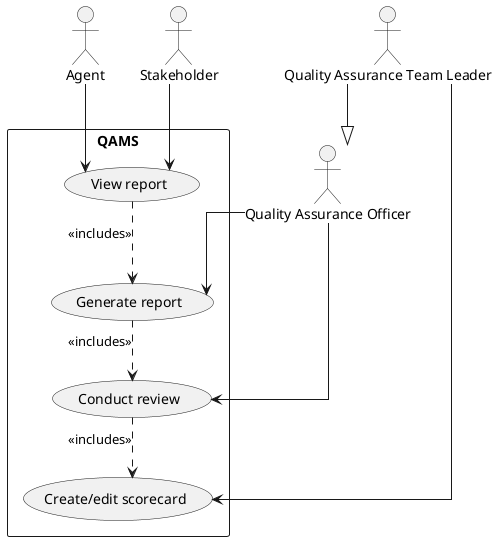
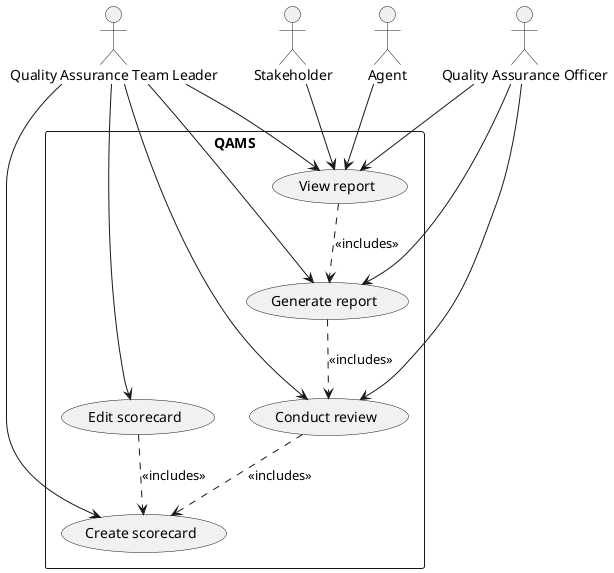
@startuml ucd

- skinparam linetype ortho
+ ' skinparam linetype ortho

actor "Quality Assurance Officer" as qa
actor "Quality Assurance Team Leader" as qal
actor "Agent" as ag
actor "Stakeholder" as sh

- qal --|> qa
- 
rectangle "QAMS" {
-     (Create/edit scorecard) as uc1
-     (Conduct review) as uc2
-     (Generate report) as uc3
-     (View report) as uc4
+     (Create scorecard) as create
+     (Edit scorecard) as edit
+     (Conduct review) as review
+     (Generate report) as report
+     (View report) as view
}

- qal --> uc1
+ qal --> create
+ qal --> edit
+ qal --> review
+ qal --> report
+ qal --> view

- qa --> uc2
- qa --> uc3
+ qa --> review
+ qa --> report
+ qa --> view

- sh --> uc4
- ag --> uc4
+ sh --> view
+ ag --> view

- uc2 ..> uc1: <<includes>>
- uc3 ..> uc2: <<includes>>
- uc4 ..> uc3: <<includes>>
+ review ..> create: <<includes>>
+ report ..> review: <<includes>>
+ view ..> report: <<includes>>
+ edit ..> create: <<includes>>

@enduml